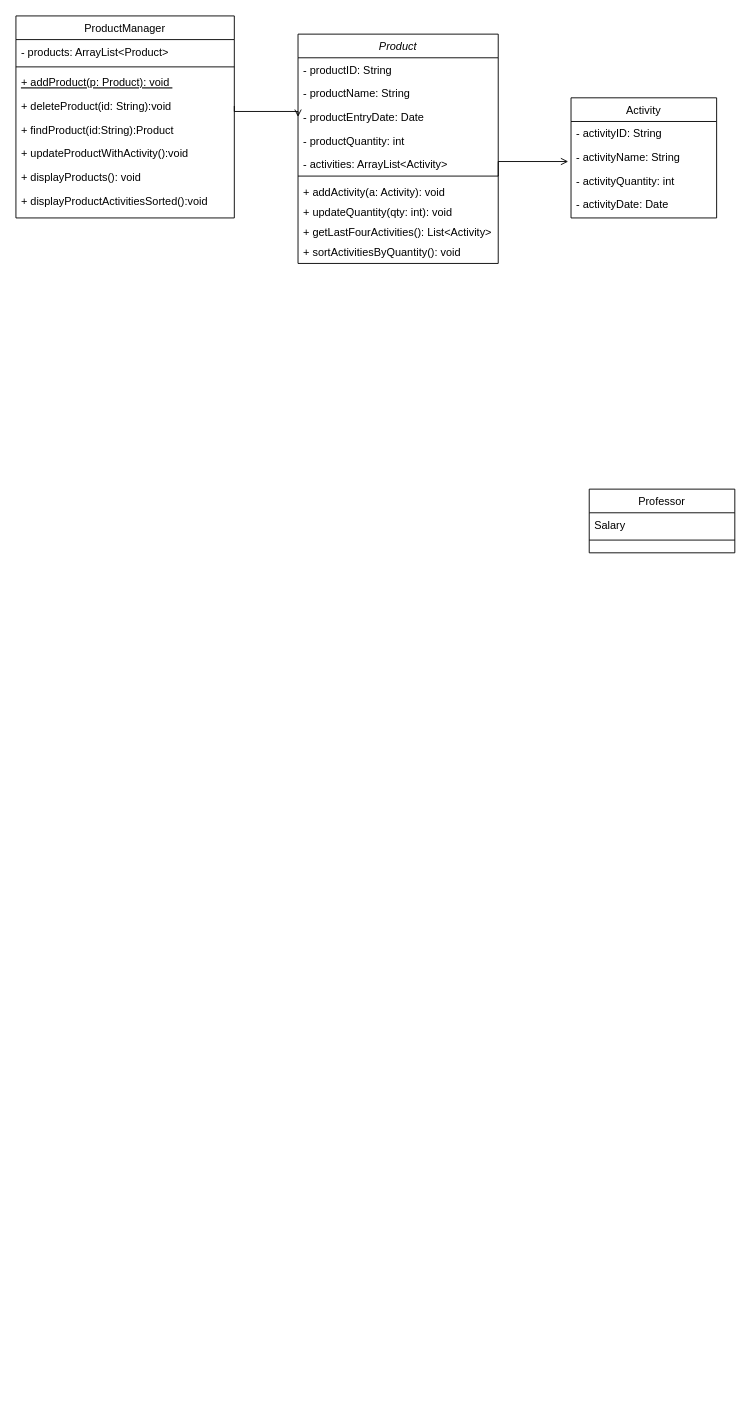
Veer-Rishabh/Group-5-Coursework-1 keeps this draw.io diagram as Supermarket.drawio. Above is the earlier version. Source tidied: cells renumbered, new cells numbered last; positions are measured from the earlier drawing's top-left corner, leaving out a move shared by most shapes. Both pictures are drawn from the tidied source at 91%, with x=0, y=0 at pixel (15, 15).
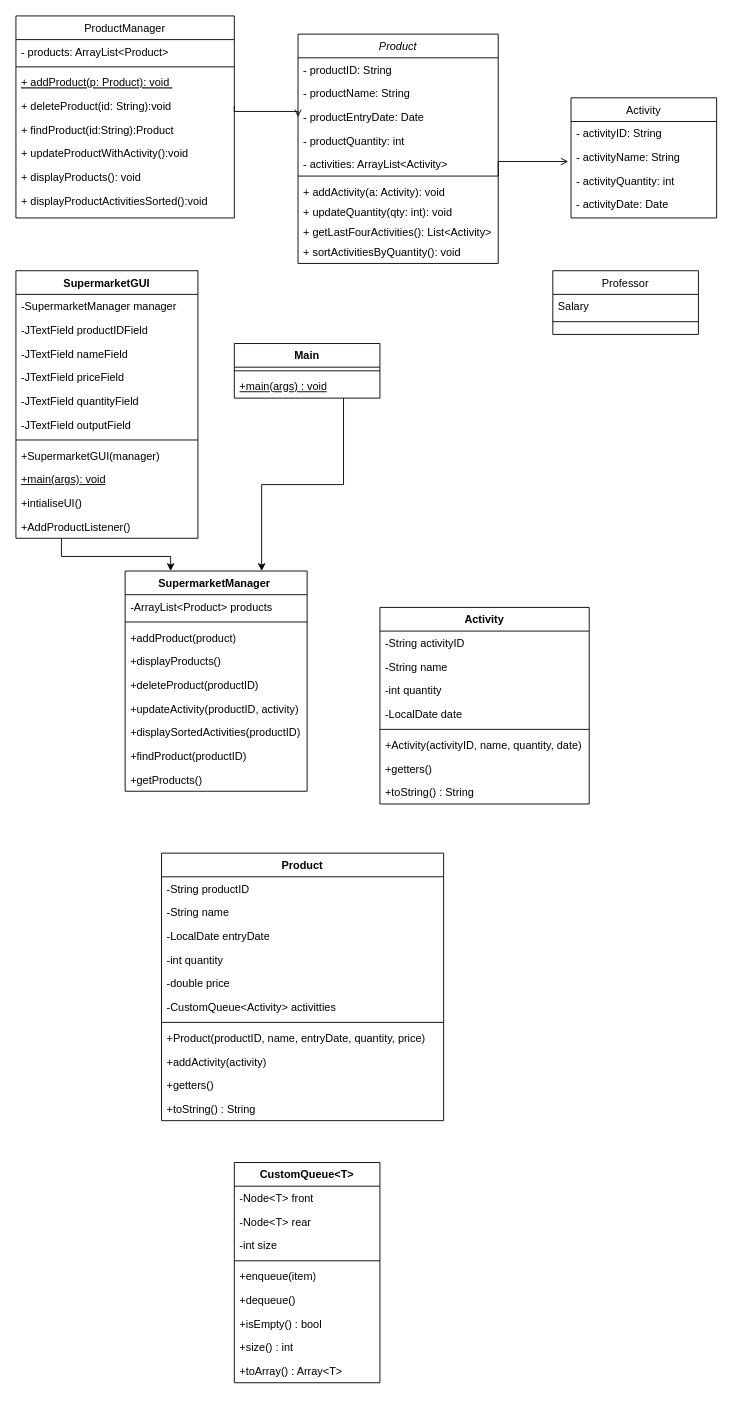
After the change.

Diff of the diagram source:
```diff
@@
     <mxCell id="22" value="Professor" style="swimlane;fontStyle=0;align=center;verticalAlign=top;horizontal=1;startSize=26;rounded=0;shadow=0;strokeWidth=1;" parent="1" vertex="1">
-      <mxGeometry x="630" y="520" width="160" height="70" as="geometry" />
+      <mxGeometry x="590" y="280" width="160" height="70" as="geometry" />
     </mxCell>
@@
+    <mxCell id="32" style="edgeStyle=orthogonalEdgeStyle;rounded=0;jettySize=auto;html=1;exitX=0.25;exitY=1;exitDx=0;exitDy=0;entryX=0.25;entryY=0;entryDx=0;entryDy=0;" parent="1" edge="1" source="33" target="49">
+      <mxGeometry relative="1" as="geometry" />
+    </mxCell>
+    <mxCell id="33" value="SupermarketGUI" style="swimlane;fontStyle=1;align=center;verticalAlign=top;horizontal=1;startSize=26;whiteSpace=wrap;html=1;" parent="1" vertex="1">
+      <mxGeometry y="280" width="200" height="294" as="geometry" />
+    </mxCell>
+    <mxCell id="34" value="-SupermarketManager manager" style="text;strokeColor=none;fillColor=none;align=left;verticalAlign=top;spacingLeft=4;spacingRight=4;overflow=hidden;whiteSpace=wrap;html=1;" parent="33" vertex="1">
+      <mxGeometry y="26" width="200" height="26" as="geometry" />
+    </mxCell>
+    <mxCell id="35" value="-JTextField productIDField" style="text;strokeColor=none;fillColor=none;align=left;verticalAlign=top;spacingLeft=4;spacingRight=4;overflow=hidden;whiteSpace=wrap;html=1;" parent="33" vertex="1">
+      <mxGeometry y="52" width="200" height="26" as="geometry" />
+    </mxCell>
+    <mxCell id="36" value="-JTextField nameField" style="text;strokeColor=none;fillColor=none;align=left;verticalAlign=top;spacingLeft=4;spacingRight=4;overflow=hidden;whiteSpace=wrap;html=1;" parent="33" vertex="1">
+      <mxGeometry y="78" width="200" height="26" as="geometry" />
+    </mxCell>
+    <mxCell id="37" value="-JTextField priceField" style="text;strokeColor=none;fillColor=none;align=left;verticalAlign=top;spacingLeft=4;spacingRight=4;overflow=hidden;whiteSpace=wrap;html=1;" parent="33" vertex="1">
+      <mxGeometry y="104" width="200" height="26" as="geometry" />
+    </mxCell>
+    <mxCell id="38" value="-JTextField quantityField" style="text;strokeColor=none;fillColor=none;align=left;verticalAlign=top;spacingLeft=4;spacingRight=4;overflow=hidden;whiteSpace=wrap;html=1;" parent="33" vertex="1">
+      <mxGeometry y="130" width="200" height="26" as="geometry" />
+    </mxCell>
+    <mxCell id="39" value="-JTextField outputField" style="text;strokeColor=none;fillColor=none;align=left;verticalAlign=top;spacingLeft=4;spacingRight=4;overflow=hidden;whiteSpace=wrap;html=1;" parent="33" vertex="1">
+      <mxGeometry y="156" width="200" height="26" as="geometry" />
+    </mxCell>
+    <mxCell id="40" style="line;strokeWidth=1;fillColor=none;align=left;verticalAlign=middle;spacingTop=-1;spacingLeft=3;spacingRight=3;labelPosition=right;strokeColor=inherit;" parent="33" vertex="1">
+      <mxGeometry y="182" width="200" height="8" as="geometry" />
+    </mxCell>
+    <mxCell id="41" value="+SupermarketGUI(manager)" style="text;strokeColor=none;fillColor=none;align=left;verticalAlign=top;spacingLeft=4;spacingRight=4;overflow=hidden;whiteSpace=wrap;html=1;" parent="33" vertex="1">
+      <mxGeometry y="190" width="200" height="26" as="geometry" />
+    </mxCell>
+    <mxCell id="42" value="&lt;u&gt;+main(args): void&lt;/u&gt;" style="text;strokeColor=none;fillColor=none;align=left;verticalAlign=top;spacingLeft=4;spacingRight=4;overflow=hidden;whiteSpace=wrap;html=1;" parent="33" vertex="1">
+      <mxGeometry y="216" width="200" height="26" as="geometry" />
+    </mxCell>
+    <mxCell id="43" value="+intialiseUI()" style="text;strokeColor=none;fillColor=none;align=left;verticalAlign=top;spacingLeft=4;spacingRight=4;overflow=hidden;whiteSpace=wrap;html=1;" parent="33" vertex="1">
+      <mxGeometry y="242" width="200" height="26" as="geometry" />
+    </mxCell>
+    <mxCell id="44" value="+AddProductListener()" style="text;strokeColor=none;fillColor=none;align=left;verticalAlign=top;spacingLeft=4;spacingRight=4;overflow=hidden;whiteSpace=wrap;html=1;" parent="33" vertex="1">
+      <mxGeometry y="268" width="200" height="26" as="geometry" />
+    </mxCell>
+    <mxCell id="45" style="edgeStyle=orthogonalEdgeStyle;rounded=0;jettySize=auto;html=1;exitX=0.75;exitY=1;exitDx=0;exitDy=0;entryX=0.75;entryY=0;entryDx=0;entryDy=0;" parent="1" edge="1" source="46" target="49">
+      <mxGeometry relative="1" as="geometry" />
+    </mxCell>
+    <mxCell id="46" value="Main" style="swimlane;fontStyle=1;align=center;verticalAlign=top;horizontal=1;startSize=26;whiteSpace=wrap;html=1;" parent="1" vertex="1">
+      <mxGeometry x="240" y="360" width="160" height="60" as="geometry" />
+    </mxCell>
+    <mxCell id="47" style="line;strokeWidth=1;fillColor=none;align=left;verticalAlign=middle;spacingTop=-1;spacingLeft=3;spacingRight=3;labelPosition=right;strokeColor=inherit;" parent="46" vertex="1">
+      <mxGeometry y="26" width="160" height="8" as="geometry" />
+    </mxCell>
+    <mxCell id="48" value="&lt;u&gt;+main(args) : void&lt;/u&gt;" style="text;strokeColor=none;fillColor=none;align=left;verticalAlign=top;spacingLeft=4;spacingRight=4;overflow=hidden;whiteSpace=wrap;html=1;" parent="46" vertex="1">
+      <mxGeometry y="34" width="160" height="26" as="geometry" />
+    </mxCell>
+    <mxCell id="49" value="SupermarketManager&amp;nbsp;" style="swimlane;fontStyle=1;align=center;verticalAlign=top;horizontal=1;startSize=26;whiteSpace=wrap;html=1;" parent="1" vertex="1">
+      <mxGeometry x="120" y="610" width="200" height="242" as="geometry" />
+    </mxCell>
+    <mxCell id="50" value="-ArrayList&amp;lt;Product&amp;gt; products" style="text;strokeColor=none;fillColor=none;align=left;verticalAlign=top;spacingLeft=4;spacingRight=4;overflow=hidden;whiteSpace=wrap;html=1;" parent="49" vertex="1">
+      <mxGeometry y="26" width="200" height="26" as="geometry" />
+    </mxCell>
+    <mxCell id="51" style="line;strokeWidth=1;fillColor=none;align=left;verticalAlign=middle;spacingTop=-1;spacingLeft=3;spacingRight=3;labelPosition=right;strokeColor=inherit;" parent="49" vertex="1">
+      <mxGeometry y="52" width="200" height="8" as="geometry" />
+    </mxCell>
+    <mxCell id="52" value="+addProduct(product)" style="text;strokeColor=none;fillColor=none;align=left;verticalAlign=top;spacingLeft=4;spacingRight=4;overflow=hidden;whiteSpace=wrap;html=1;" parent="49" vertex="1">
+      <mxGeometry y="60" width="200" height="26" as="geometry" />
+    </mxCell>
+    <mxCell id="53" value="+displayProducts()" style="text;strokeColor=none;fillColor=none;align=left;verticalAlign=top;spacingLeft=4;spacingRight=4;overflow=hidden;whiteSpace=wrap;html=1;" parent="49" vertex="1">
+      <mxGeometry y="86" width="200" height="26" as="geometry" />
+    </mxCell>
+    <mxCell id="54" value="+deleteProduct(productID)" style="text;strokeColor=none;fillColor=none;align=left;verticalAlign=top;spacingLeft=4;spacingRight=4;overflow=hidden;whiteSpace=wrap;html=1;" parent="49" vertex="1">
+      <mxGeometry y="112" width="200" height="26" as="geometry" />
+    </mxCell>
+    <mxCell id="55" value="+updateActivity(productID, activity)" style="text;strokeColor=none;fillColor=none;align=left;verticalAlign=top;spacingLeft=4;spacingRight=4;overflow=hidden;whiteSpace=wrap;html=1;" parent="49" vertex="1">
+      <mxGeometry y="138" width="200" height="26" as="geometry" />
+    </mxCell>
+    <mxCell id="56" value="+displaySortedActivities(productID)" style="text;strokeColor=none;fillColor=none;align=left;verticalAlign=top;spacingLeft=4;spacingRight=4;overflow=hidden;whiteSpace=wrap;html=1;" parent="49" vertex="1">
+      <mxGeometry y="164" width="200" height="26" as="geometry" />
+    </mxCell>
+    <mxCell id="57" value="+findProduct(productID)" style="text;strokeColor=none;fillColor=none;align=left;verticalAlign=top;spacingLeft=4;spacingRight=4;overflow=hidden;whiteSpace=wrap;html=1;" parent="49" vertex="1">
+      <mxGeometry y="190" width="200" height="26" as="geometry" />
+    </mxCell>
+    <mxCell id="58" value="+getProducts()" style="text;strokeColor=none;fillColor=none;align=left;verticalAlign=top;spacingLeft=4;spacingRight=4;overflow=hidden;whiteSpace=wrap;html=1;" parent="49" vertex="1">
+      <mxGeometry y="216" width="200" height="26" as="geometry" />
+    </mxCell>
+    <mxCell id="59" value="Activity" style="swimlane;fontStyle=1;align=center;verticalAlign=top;horizontal=1;startSize=26;whiteSpace=wrap;html=1;" parent="1" vertex="1">
+      <mxGeometry x="400" y="650" width="230" height="216" as="geometry" />
+    </mxCell>
+    <mxCell id="60" value="-String activityID" style="text;strokeColor=none;fillColor=none;align=left;verticalAlign=top;spacingLeft=4;spacingRight=4;overflow=hidden;whiteSpace=wrap;html=1;" parent="59" vertex="1">
+      <mxGeometry y="26" width="230" height="26" as="geometry" />
+    </mxCell>
+    <mxCell id="61" value="-String name" style="text;strokeColor=none;fillColor=none;align=left;verticalAlign=top;spacingLeft=4;spacingRight=4;overflow=hidden;whiteSpace=wrap;html=1;" parent="59" vertex="1">
+      <mxGeometry y="52" width="230" height="26" as="geometry" />
+    </mxCell>
+    <mxCell id="62" value="-int quantity&amp;nbsp;" style="text;strokeColor=none;fillColor=none;align=left;verticalAlign=top;spacingLeft=4;spacingRight=4;overflow=hidden;whiteSpace=wrap;html=1;" parent="59" vertex="1">
+      <mxGeometry y="78" width="230" height="26" as="geometry" />
+    </mxCell>
+    <mxCell id="63" value="-LocalDate date" style="text;strokeColor=none;fillColor=none;align=left;verticalAlign=top;spacingLeft=4;spacingRight=4;overflow=hidden;whiteSpace=wrap;html=1;" parent="59" vertex="1">
+      <mxGeometry y="104" width="230" height="26" as="geometry" />
+    </mxCell>
+    <mxCell id="64" style="line;strokeWidth=1;fillColor=none;align=left;verticalAlign=middle;spacingTop=-1;spacingLeft=3;spacingRight=3;labelPosition=right;strokeColor=inherit;" parent="59" vertex="1">
+      <mxGeometry y="130" width="230" height="8" as="geometry" />
+    </mxCell>
+    <mxCell id="65" value="+Activity(activityID, name, quantity, date)" style="text;strokeColor=none;fillColor=none;align=left;verticalAlign=top;spacingLeft=4;spacingRight=4;overflow=hidden;whiteSpace=wrap;html=1;" parent="59" vertex="1">
+      <mxGeometry y="138" width="230" height="26" as="geometry" />
+    </mxCell>
+    <mxCell id="66" value="+getters()" style="text;strokeColor=none;fillColor=none;align=left;verticalAlign=top;spacingLeft=4;spacingRight=4;overflow=hidden;whiteSpace=wrap;html=1;" parent="59" vertex="1">
+      <mxGeometry y="164" width="230" height="26" as="geometry" />
+    </mxCell>
+    <mxCell id="67" value="+toString() : String" style="text;strokeColor=none;fillColor=none;align=left;verticalAlign=top;spacingLeft=4;spacingRight=4;overflow=hidden;whiteSpace=wrap;html=1;" parent="59" vertex="1">
+      <mxGeometry y="190" width="230" height="26" as="geometry" />
+    </mxCell>
+    <mxCell id="68" value="Product" style="swimlane;fontStyle=1;align=center;verticalAlign=top;horizontal=1;startSize=26;whiteSpace=wrap;html=1;" parent="1" vertex="1">
+      <mxGeometry x="160" y="920" width="310" height="294" as="geometry" />
+    </mxCell>
+    <mxCell id="69" value="-String productID" style="text;strokeColor=none;fillColor=none;align=left;verticalAlign=top;spacingLeft=4;spacingRight=4;overflow=hidden;whiteSpace=wrap;html=1;" parent="68" vertex="1">
+      <mxGeometry y="26" width="310" height="26" as="geometry" />
+    </mxCell>
+    <mxCell id="70" value="-String name" style="text;strokeColor=none;fillColor=none;align=left;verticalAlign=top;spacingLeft=4;spacingRight=4;overflow=hidden;whiteSpace=wrap;html=1;" parent="68" vertex="1">
+      <mxGeometry y="52" width="310" height="26" as="geometry" />
+    </mxCell>
+    <mxCell id="71" value="-LocalDate entryDate" style="text;strokeColor=none;fillColor=none;align=left;verticalAlign=top;spacingLeft=4;spacingRight=4;overflow=hidden;whiteSpace=wrap;html=1;" parent="68" vertex="1">
+      <mxGeometry y="78" width="310" height="26" as="geometry" />
+    </mxCell>
+    <mxCell id="72" value="-int quantity" style="text;strokeColor=none;fillColor=none;align=left;verticalAlign=top;spacingLeft=4;spacingRight=4;overflow=hidden;whiteSpace=wrap;html=1;" parent="68" vertex="1">
+      <mxGeometry y="104" width="310" height="26" as="geometry" />
+    </mxCell>
+    <mxCell id="73" value="-double price" style="text;strokeColor=none;fillColor=none;align=left;verticalAlign=top;spacingLeft=4;spacingRight=4;overflow=hidden;whiteSpace=wrap;html=1;" parent="68" vertex="1">
+      <mxGeometry y="130" width="310" height="26" as="geometry" />
+    </mxCell>
+    <mxCell id="74" value="-CustomQueue&amp;lt;Activity&amp;gt; activitties" style="text;strokeColor=none;fillColor=none;align=left;verticalAlign=top;spacingLeft=4;spacingRight=4;overflow=hidden;whiteSpace=wrap;html=1;" parent="68" vertex="1">
+      <mxGeometry y="156" width="310" height="26" as="geometry" />
+    </mxCell>
+    <mxCell id="75" style="line;strokeWidth=1;fillColor=none;align=left;verticalAlign=middle;spacingTop=-1;spacingLeft=3;spacingRight=3;labelPosition=right;strokeColor=inherit;" parent="68" vertex="1">
+      <mxGeometry y="182" width="310" height="8" as="geometry" />
+    </mxCell>
+    <mxCell id="76" value="+Product(productID, name, entryDate, quantity, price)" style="text;strokeColor=none;fillColor=none;align=left;verticalAlign=top;spacingLeft=4;spacingRight=4;overflow=hidden;whiteSpace=wrap;html=1;" parent="68" vertex="1">
+      <mxGeometry y="190" width="310" height="26" as="geometry" />
+    </mxCell>
+    <mxCell id="77" value="+addActivity(activity)" style="text;strokeColor=none;fillColor=none;align=left;verticalAlign=top;spacingLeft=4;spacingRight=4;overflow=hidden;whiteSpace=wrap;html=1;" parent="68" vertex="1">
+      <mxGeometry y="216" width="310" height="26" as="geometry" />
+    </mxCell>
+    <mxCell id="78" value="+getters()" style="text;strokeColor=none;fillColor=none;align=left;verticalAlign=top;spacingLeft=4;spacingRight=4;overflow=hidden;whiteSpace=wrap;html=1;" parent="68" vertex="1">
+      <mxGeometry y="242" width="310" height="26" as="geometry" />
+    </mxCell>
+    <mxCell id="79" value="+toString() : String" style="text;strokeColor=none;fillColor=none;align=left;verticalAlign=top;spacingLeft=4;spacingRight=4;overflow=hidden;whiteSpace=wrap;html=1;" parent="68" vertex="1">
+      <mxGeometry y="268" width="310" height="26" as="geometry" />
+    </mxCell>
+    <mxCell id="80" value="CustomQueue&amp;lt;T&amp;gt;" style="swimlane;fontStyle=1;align=center;verticalAlign=top;horizontal=1;startSize=26;whiteSpace=wrap;html=1;" parent="1" vertex="1">
+      <mxGeometry x="240" y="1260" width="160" height="242" as="geometry" />
+    </mxCell>
+    <mxCell id="81" value="-Node&amp;lt;T&amp;gt; front" style="text;strokeColor=none;fillColor=none;align=left;verticalAlign=top;spacingLeft=4;spacingRight=4;overflow=hidden;whiteSpace=wrap;html=1;" parent="80" vertex="1">
+      <mxGeometry y="26" width="160" height="26" as="geometry" />
+    </mxCell>
+    <mxCell id="82" value="-Node&amp;lt;T&amp;gt; rear" style="text;strokeColor=none;fillColor=none;align=left;verticalAlign=top;spacingLeft=4;spacingRight=4;overflow=hidden;whiteSpace=wrap;html=1;" parent="80" vertex="1">
+      <mxGeometry y="52" width="160" height="26" as="geometry" />
+    </mxCell>
+    <mxCell id="83" value="-int size" style="text;strokeColor=none;fillColor=none;align=left;verticalAlign=top;spacingLeft=4;spacingRight=4;overflow=hidden;whiteSpace=wrap;html=1;" parent="80" vertex="1">
+      <mxGeometry y="78" width="160" height="26" as="geometry" />
+    </mxCell>
+    <mxCell id="84" style="line;strokeWidth=1;fillColor=none;align=left;verticalAlign=middle;spacingTop=-1;spacingLeft=3;spacingRight=3;labelPosition=right;strokeColor=inherit;" parent="80" vertex="1">
+      <mxGeometry y="104" width="160" height="8" as="geometry" />
+    </mxCell>
+    <mxCell id="85" value="+enqueue(item)" style="text;strokeColor=none;fillColor=none;align=left;verticalAlign=top;spacingLeft=4;spacingRight=4;overflow=hidden;whiteSpace=wrap;html=1;" parent="80" vertex="1">
+      <mxGeometry y="112" width="160" height="26" as="geometry" />
+    </mxCell>
+    <mxCell id="86" value="+dequeue()" style="text;strokeColor=none;fillColor=none;align=left;verticalAlign=top;spacingLeft=4;spacingRight=4;overflow=hidden;whiteSpace=wrap;html=1;" parent="80" vertex="1">
+      <mxGeometry y="138" width="160" height="26" as="geometry" />
+    </mxCell>
+    <mxCell id="87" value="+isEmpty() : bool" style="text;strokeColor=none;fillColor=none;align=left;verticalAlign=top;spacingLeft=4;spacingRight=4;overflow=hidden;whiteSpace=wrap;html=1;" parent="80" vertex="1">
+      <mxGeometry y="164" width="160" height="26" as="geometry" />
+    </mxCell>
+    <mxCell id="88" value="+size() : int" style="text;strokeColor=none;fillColor=none;align=left;verticalAlign=top;spacingLeft=4;spacingRight=4;overflow=hidden;whiteSpace=wrap;html=1;" parent="80" vertex="1">
+      <mxGeometry y="190" width="160" height="26" as="geometry" />
+    </mxCell>
+    <mxCell id="89" value="+toArray() : Array&amp;lt;T&amp;gt;" style="text;strokeColor=none;fillColor=none;align=left;verticalAlign=top;spacingLeft=4;spacingRight=4;overflow=hidden;whiteSpace=wrap;html=1;" parent="80" vertex="1">
+      <mxGeometry y="216" width="160" height="26" as="geometry" />
+    </mxCell>
```
